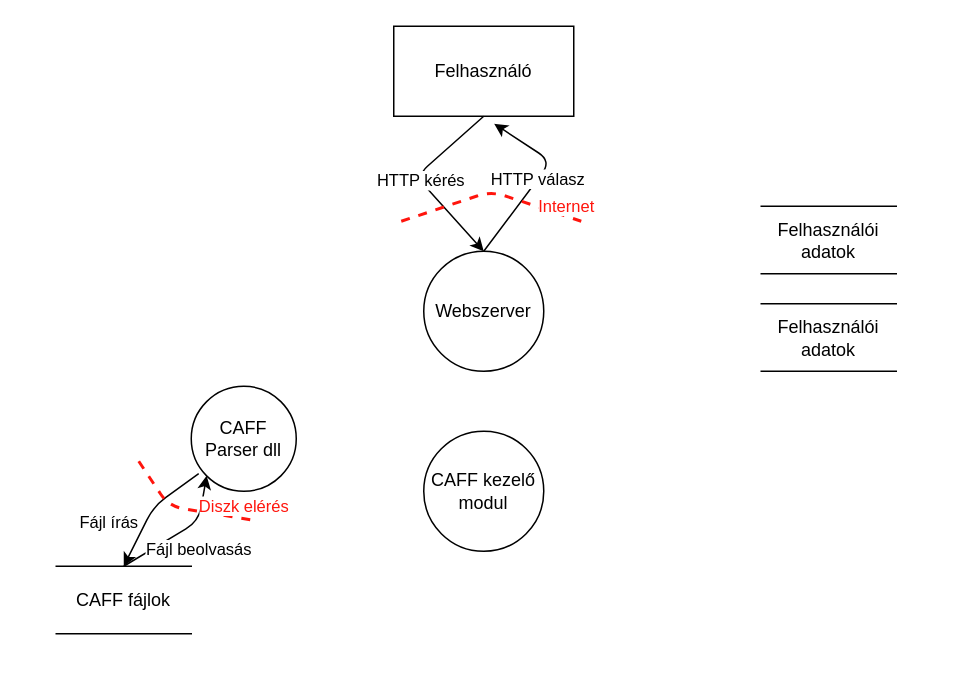
Before: page "Page-2" (2 of 2) of img/integrity.drawio in Matyi98/Szamitogep-biztonsag-VIHIMA06, a draw.io diagram. Source tidied: cells renumbered, new cells numbered last; positions are measured from the earlier drawing's top-left corner, leaving out a move shared by most shapes. Both pictures are drawn from the tidied source at 150%, with x=0, y=0 at pixel (56, 26).
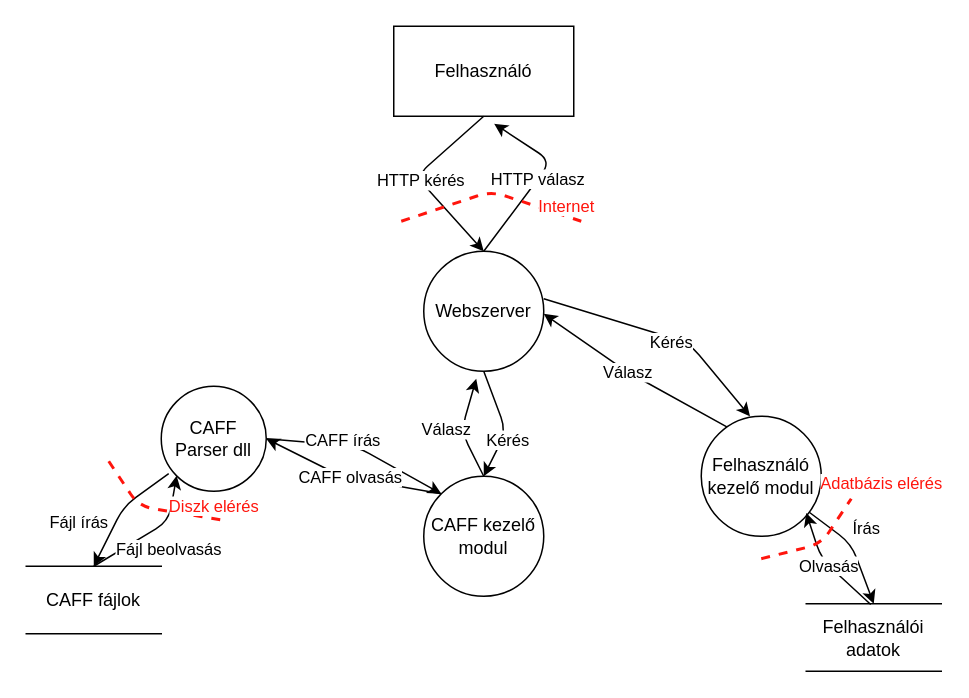
After the change.

Unchanged cells that the change refers to:
```xml
<mxCell id="2" value="Webszerver" style="ellipse;whiteSpace=wrap;html=1;" parent="1" vertex="1">
  <mxGeometry x="245" y="150" width="80" height="80" as="geometry" />
</mxCell>
```

What changed in the source:
```diff
@@
+    <mxCell id="15" style="edgeStyle=none;html=1;exitX=0.5;exitY=0;exitDx=0;exitDy=0;entryX=0.5;entryY=1;entryDx=0;entryDy=0;startArrow=classic;startFill=1;endArrow=none;endFill=0;" parent="1" edge="1" source="3" target="2">
+      <mxGeometry relative="1" as="geometry">
+        <Array as="points">
+          <mxPoint x="300" y="270" />
+        </Array>
+      </mxGeometry>
+    </mxCell>
+    <mxCell id="16" value="Kérés" style="edgeLabel;html=1;align=center;verticalAlign=middle;" parent="15" vertex="1">
+      <mxGeometry x="0.14" y="-1" relative="1" as="geometry">
+        <mxPoint x="3" y="15" as="offset" />
+      </mxGeometry>
+    </mxCell>
+    <mxCell id="17" style="edgeStyle=none;html=1;exitX=0;exitY=0;exitDx=0;exitDy=0;entryX=1;entryY=0.5;entryDx=0;entryDy=0;startArrow=classic;startFill=1;endArrow=none;endFill=0;" parent="1" edge="1" source="3" target="8">
+      <mxGeometry relative="1" as="geometry">
+        <Array as="points">
+          <mxPoint x="200" y="280" />
+        </Array>
+      </mxGeometry>
+    </mxCell>
+    <mxCell id="18" value="CAFF írás" style="edgeLabel;html=1;align=center;verticalAlign=middle;" parent="17" vertex="1">
+      <mxGeometry x="0.37" relative="1" as="geometry">
+        <mxPoint x="11" y="-3" as="offset" />
+      </mxGeometry>
+    </mxCell>
     <mxCell id="3" value="CAFF kezelő&lt;br&gt;modul" style="ellipse;whiteSpace=wrap;html=1;" parent="1" vertex="1">
-      <mxGeometry x="245" y="270" width="80" height="80" as="geometry" />
+      <mxGeometry x="245" y="300" width="80" height="80" as="geometry" />
     </mxCell>
@@
     <mxCell id="8" value="CAFF &lt;br&gt;Parser dll" style="ellipse;whiteSpace=wrap;html=1;" parent="1" vertex="1">
-      <mxGeometry x="90" y="240" width="70" height="70" as="geometry" />
+      <mxGeometry x="70" y="240" width="70" height="70" as="geometry" />
     </mxCell>
-    <mxCell id="9" value="Felhasználói adatok" style="shape=partialRectangle;whiteSpace=wrap;html=1;left=0;right=0;fillColor=none;fontColor=#000000;" parent="1" vertex="1">
-      <mxGeometry x="470" y="120" width="90" height="45" as="geometry" />
-    </mxCell>
     <mxCell id="10" value="Felhasználói adatok" style="shape=partialRectangle;whiteSpace=wrap;html=1;left=0;right=0;fillColor=none;fontColor=#000000;" parent="1" vertex="1">
-      <mxGeometry x="470" y="185" width="90" height="45" as="geometry" />
+      <mxGeometry x="500" y="385" width="90" height="45" as="geometry" />
     </mxCell>
     <mxCell id="11" value="CAFF fájlok" style="shape=partialRectangle;whiteSpace=wrap;html=1;left=0;right=0;fillColor=none;fontColor=#000000;" parent="1" vertex="1">
-      <mxGeometry y="360" width="90" height="45" as="geometry" />
+      <mxGeometry x="-20" y="360" width="90" height="45" as="geometry" />
     </mxCell>
     <mxCell id="12" value="Fájl beolvasás" style="endArrow=classic;html=1;exitX=0.5;exitY=0;exitDx=0;exitDy=0;entryX=0;entryY=1;entryDx=0;entryDy=0;" parent="1" edge="1" source="11" target="8">
       <mxGeometry x="0.29" y="-12" relative="1" as="geometry">
         <Array as="points">
-          <mxPoint x="95" y="330" />
+          <mxPoint x="75" y="330" />
         </Array>
         <mxPoint x="-5" y="8" as="offset" />
       </mxGeometry>
     </mxCell>
     <mxCell id="13" value="Fájl írás" style="endArrow=none;html=1;exitX=0.5;exitY=0;exitDx=0;exitDy=0;entryX=0.071;entryY=0.833;entryDx=0;entryDy=0;endFill=0;startArrow=classic;startFill=1;entryPerimeter=0;" parent="1" edge="1" target="8">
       <mxGeometry x="-0.49" y="22" relative="1" as="geometry">
-        <mxPoint x="45" y="360" as="sourcePoint" />
+        <mxPoint x="25" y="360" as="sourcePoint" />
         <Array as="points">
-          <mxPoint x="65" y="320" />
+          <mxPoint x="45" y="320" />
         </Array>
       </mxGeometry>
     </mxCell>
     <mxCell id="14" value="Diszk elérés" style="endArrow=none;dashed=1;html=1;strokeWidth=2;strokeColor=#FF150D;fontColor=#FF150D;" parent="1" edge="1">
       <mxGeometry x="0.76" y="8" relative="1" as="geometry">
-        <mxPoint x="55" y="290" as="sourcePoint" />
-        <mxPoint x="135" y="330" as="targetPoint" />
+        <mxPoint x="35" y="290" as="sourcePoint" />
+        <mxPoint x="115" y="330" as="targetPoint" />
         <Array as="points">
-          <mxPoint x="75" y="320" />
+          <mxPoint x="55" y="320" />
         </Array>
       </mxGeometry>
     </mxCell>
+    <mxCell id="19" value="Írás" style="edgeStyle=none;html=1;entryX=0.5;entryY=0;entryDx=0;entryDy=0;" parent="1" edge="1" source="20" target="10">
+      <mxGeometry x="-0.1" y="14" relative="1" as="geometry">
+        <Array as="points">
+          <mxPoint x="530" y="345" />
+        </Array>
+        <mxPoint x="-3" y="-5" as="offset" />
+      </mxGeometry>
+    </mxCell>
+    <mxCell id="20" value="Felhasználó kezelő modul" style="ellipse;whiteSpace=wrap;html=1;" parent="1" vertex="1">
+      <mxGeometry x="430" y="260" width="80" height="80" as="geometry" />
+    </mxCell>
+    <mxCell id="21" value="Olvasás" style="edgeStyle=none;html=1;entryX=0.5;entryY=0;entryDx=0;entryDy=0;endArrow=none;endFill=0;startArrow=classic;startFill=1;" parent="1" edge="1">
+      <mxGeometry relative="1" as="geometry">
+        <mxPoint x="500" y="324.5" as="sourcePoint" />
+        <mxPoint x="543" y="385.5" as="targetPoint" />
+        <Array as="points">
+          <mxPoint x="510" y="355" />
+        </Array>
+      </mxGeometry>
+    </mxCell>
+    <mxCell id="22" value="Adatbázis elérés" style="endArrow=none;dashed=1;html=1;strokeWidth=2;strokeColor=#FF150D;fontColor=#FF150D;" parent="1" edge="1">
+      <mxGeometry x="1" y="-22" relative="1" as="geometry">
+        <mxPoint x="470" y="355" as="sourcePoint" />
+        <mxPoint x="530" y="315" as="targetPoint" />
+        <Array as="points">
+          <mxPoint x="510" y="345" />
+        </Array>
+        <mxPoint x="2" y="-22" as="offset" />
+      </mxGeometry>
+    </mxCell>
+    <mxCell id="23" value="Válasz" style="edgeStyle=none;html=1;entryX=0.5;entryY=0;entryDx=0;entryDy=0;startArrow=classic;startFill=1;endArrow=none;endFill=0;" parent="1" edge="1" target="3">
+      <mxGeometry x="0.04" y="-10" relative="1" as="geometry">
+        <mxPoint x="280" y="235" as="sourcePoint" />
+        <Array as="points">
+          <mxPoint x="270" y="270" />
+        </Array>
+        <mxPoint x="-1" y="-5" as="offset" />
+      </mxGeometry>
+    </mxCell>
+    <mxCell id="24" value="CAFF olvasás" style="edgeStyle=none;html=1;exitX=0;exitY=0;exitDx=0;exitDy=0;entryX=1;entryY=0.5;entryDx=0;entryDy=0;startArrow=none;startFill=0;endArrow=classic;endFill=1;" parent="1" edge="1" source="3" target="8">
+      <mxGeometry relative="1" as="geometry">
+        <Array as="points">
+          <mxPoint x="190" y="300" />
+        </Array>
+      </mxGeometry>
+    </mxCell>
+    <mxCell id="25" style="edgeStyle=none;html=1;exitX=0.379;exitY=-0.017;exitDx=0;exitDy=0;entryX=0.973;entryY=0.379;entryDx=0;entryDy=0;startArrow=classic;startFill=1;endArrow=none;endFill=0;entryPerimeter=0;exitPerimeter=0;" parent="1" edge="1">
+      <mxGeometry relative="1" as="geometry">
+        <mxPoint x="462.5" y="260" as="sourcePoint" />
+        <mxPoint x="325" y="181.7" as="targetPoint" />
+        <Array as="points">
+          <mxPoint x="422.2" y="211.4" />
+        </Array>
+      </mxGeometry>
+    </mxCell>
+    <mxCell id="26" value="Kérés" style="edgeLabel;html=1;align=center;verticalAlign=middle;" parent="25" vertex="1">
+      <mxGeometry x="0.14" y="-1" relative="1" as="geometry">
+        <mxPoint x="17" y="9" as="offset" />
+      </mxGeometry>
+    </mxCell>
+    <mxCell id="27" style="edgeStyle=none;html=1;exitX=0.213;exitY=0.088;exitDx=0;exitDy=0;entryX=0.973;entryY=0.379;entryDx=0;entryDy=0;startArrow=none;startFill=0;endArrow=classic;endFill=1;entryPerimeter=0;exitPerimeter=0;" parent="1" edge="1" source="20">
+      <mxGeometry relative="1" as="geometry">
+        <mxPoint x="325" y="191.7" as="targetPoint" />
+        <Array as="points">
+          <mxPoint x="380" y="230" />
+        </Array>
+      </mxGeometry>
+    </mxCell>
+    <mxCell id="28" value="Válasz" style="edgeLabel;html=1;align=center;verticalAlign=middle;" parent="27" vertex="1">
+      <mxGeometry x="0.14" y="-1" relative="1" as="geometry">
+        <mxPoint x="4" y="4" as="offset" />
+      </mxGeometry>
+    </mxCell>
```
